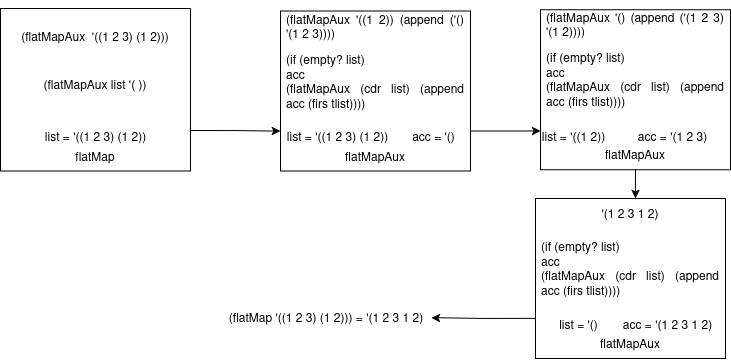
The draw.io diagram Leng/flatmap_cola.png in CherubRocky/HomeRithms, before a commit. Source tidied: cells renumbered, new cells last; positions are measured from the earlier drawing's top-left corner, leaving out a move shared by most shapes. The source it was exported from:
```xml
<mxGraphModel>
  <root>
    <mxCell id="0" />
    <mxCell id="1" parent="0" />
    <mxCell id="2" style="edgeStyle=orthogonalEdgeStyle;rounded=0;jettySize=auto;html=1;exitX=1;exitY=0.75;exitDx=0;exitDy=0;entryX=0;entryY=0.75;entryDx=0;entryDy=0;" parent="1" edge="1" source="3">
      <mxGeometry relative="1" as="geometry">
        <mxPoint x="280" y="131.5" as="targetPoint" />
      </mxGeometry>
    </mxCell>
    <mxCell id="3" style="rounded=0;whiteSpace=wrap;html=1;" parent="1" vertex="1">
      <mxGeometry y="9" width="190" height="162.5" as="geometry" />
    </mxCell>
    <mxCell id="4" value="flatMap" style="text;html=1;whiteSpace=wrap;strokeColor=none;fillColor=none;align=center;verticalAlign=middle;rounded=0;" parent="1" vertex="1">
      <mxGeometry x="65" y="141.5" width="60" height="30" as="geometry" />
    </mxCell>
    <mxCell id="5" value="list = '((1 2 3) (1 2))" style="text;html=1;whiteSpace=wrap;strokeColor=none;fillColor=none;align=center;verticalAlign=middle;rounded=0;" parent="1" vertex="1">
      <mxGeometry x="42.5" y="121.5" width="105" height="30" as="geometry" />
    </mxCell>
    <mxCell id="6" value="&lt;div align=&quot;justify&quot;&gt;(flatMapAux list '( ))&lt;/div&gt;" style="text;html=1;whiteSpace=wrap;strokeColor=none;fillColor=none;align=center;verticalAlign=middle;rounded=0;" parent="1" vertex="1">
      <mxGeometry x="5" y="49" width="180" height="72.5" as="geometry" />
    </mxCell>
    <mxCell id="7" value="(flatMapAux&amp;nbsp; '((1 2 3) (1 2)))" style="text;html=1;whiteSpace=wrap;strokeColor=none;fillColor=none;align=center;verticalAlign=middle;rounded=0;" parent="1" vertex="1">
      <mxGeometry x="5" y="11.5" width="180" height="50" as="geometry" />
    </mxCell>
    <mxCell id="8" style="edgeStyle=orthogonalEdgeStyle;rounded=0;orthogonalLoop=1;jettySize=auto;html=1;exitX=1;exitY=0.75;exitDx=0;exitDy=0;entryX=0;entryY=0.75;entryDx=0;entryDy=0;" parent="1" edge="1">
      <mxGeometry relative="1" as="geometry">
        <mxPoint x="470" y="131.5" as="sourcePoint" />
        <mxPoint x="540" y="131.5" as="targetPoint" />
      </mxGeometry>
    </mxCell>
    <mxCell id="9" style="edgeStyle=orthogonalEdgeStyle;rounded=0;jettySize=auto;html=1;exitX=0;exitY=0.75;exitDx=0;exitDy=0;" parent="1" edge="1" source="23" target="10">
      <mxGeometry relative="1" as="geometry" />
    </mxCell>
    <mxCell id="10" value="(flatMap '((1 2 3) (1 2))) = '(1 2 3 1 2)" style="text;html=1;whiteSpace=wrap;strokeColor=none;fillColor=none;align=center;verticalAlign=middle;rounded=0;" parent="1" vertex="1">
      <mxGeometry x="221" y="303.2" width="210" height="30" as="geometry" />
    </mxCell>
    <mxCell id="11" style="rounded=0;whiteSpace=wrap;html=1;" parent="1" vertex="1">
      <mxGeometry x="280" y="11.5" width="190" height="160" as="geometry" />
    </mxCell>
    <mxCell id="12" value="flatMapAux" style="text;html=1;whiteSpace=wrap;strokeColor=none;fillColor=none;align=center;verticalAlign=middle;rounded=0;" parent="1" vertex="1">
      <mxGeometry x="345" y="141.5" width="60" height="30" as="geometry" />
    </mxCell>
    <mxCell id="13" value="list = '((1 2 3) (1 2))" style="text;html=1;whiteSpace=wrap;strokeColor=none;fillColor=none;align=center;verticalAlign=middle;rounded=0;" parent="1" vertex="1">
      <mxGeometry x="285" y="121.5" width="105" height="30" as="geometry" />
    </mxCell>
    <mxCell id="14" value="&lt;div align=&quot;justify&quot;&gt;(if (empty? list)&lt;br&gt;acc&lt;br&gt;(flatMapAux (cdr list) (append acc (firs tlist))))&lt;/div&gt;" style="text;html=1;whiteSpace=wrap;strokeColor=none;fillColor=none;align=center;verticalAlign=middle;rounded=0;" parent="1" vertex="1">
      <mxGeometry x="285" y="45.2" width="180" height="72.5" as="geometry" />
    </mxCell>
    <mxCell id="15" value="&lt;div align=&quot;justify&quot;&gt;(flatMapAux '((1 2)) (append ('() '(1 2 3))))&lt;/div&gt;" style="text;html=1;whiteSpace=wrap;strokeColor=none;fillColor=none;align=center;verticalAlign=middle;rounded=0;" parent="1" vertex="1">
      <mxGeometry x="285" y="1.5" width="180" height="50" as="geometry" />
    </mxCell>
    <mxCell id="16" style="rounded=0;whiteSpace=wrap;html=1;" parent="1" vertex="1">
      <mxGeometry x="540" y="10.2" width="190" height="160" as="geometry" />
    </mxCell>
    <mxCell id="17" value="flatMapAux" style="text;html=1;whiteSpace=wrap;strokeColor=none;fillColor=none;align=center;verticalAlign=middle;rounded=0;" parent="1" vertex="1">
      <mxGeometry x="605" y="140.2" width="60" height="30" as="geometry" />
    </mxCell>
    <mxCell id="18" value="list = '((1 2))" style="text;html=1;whiteSpace=wrap;strokeColor=none;fillColor=none;align=center;verticalAlign=middle;rounded=0;" parent="1" vertex="1">
      <mxGeometry x="521" y="121.5" width="105" height="30" as="geometry" />
    </mxCell>
    <mxCell id="19" value="&lt;div align=&quot;justify&quot;&gt;(if (empty? list)&lt;br&gt;acc&lt;br&gt;(flatMapAux (cdr list) (append acc (firs tlist))))&lt;/div&gt;" style="text;html=1;whiteSpace=wrap;strokeColor=none;fillColor=none;align=center;verticalAlign=middle;rounded=0;" parent="1" vertex="1">
      <mxGeometry x="545" y="44" width="180" height="72.5" as="geometry" />
    </mxCell>
    <mxCell id="20" value="&lt;div align=&quot;justify&quot;&gt;(flatMapAux '() (append ('(1 2 3) '(1 2))))&lt;/div&gt;" style="text;html=1;whiteSpace=wrap;strokeColor=none;fillColor=none;align=center;verticalAlign=middle;rounded=0;" parent="1" vertex="1">
      <mxGeometry x="545" y="0.2" width="180" height="50" as="geometry" />
    </mxCell>
    <mxCell id="21" value="acc = '()" style="text;html=1;whiteSpace=wrap;strokeColor=none;fillColor=none;align=center;verticalAlign=middle;rounded=0;" parent="1" vertex="1">
      <mxGeometry x="381" y="121.5" width="105" height="30" as="geometry" />
    </mxCell>
    <mxCell id="22" value="acc = '(1 2 3)" style="text;html=1;whiteSpace=wrap;strokeColor=none;fillColor=none;align=center;verticalAlign=middle;rounded=0;" parent="1" vertex="1">
      <mxGeometry x="620" y="121.5" width="105" height="30" as="geometry" />
    </mxCell>
    <mxCell id="23" style="rounded=0;whiteSpace=wrap;html=1;" parent="1" vertex="1">
      <mxGeometry x="535" y="199" width="190" height="160" as="geometry" />
    </mxCell>
    <mxCell id="24" value="flatMapAux" style="text;html=1;whiteSpace=wrap;strokeColor=none;fillColor=none;align=center;verticalAlign=middle;rounded=0;" parent="1" vertex="1">
      <mxGeometry x="600" y="329" width="60" height="30" as="geometry" />
    </mxCell>
    <mxCell id="25" value="&lt;div align=&quot;justify&quot;&gt;(if (empty? list)&lt;br&gt;acc&lt;br&gt;(flatMapAux (cdr list) (append acc (firs tlist))))&lt;/div&gt;" style="text;html=1;whiteSpace=wrap;strokeColor=none;fillColor=none;align=center;verticalAlign=middle;rounded=0;" parent="1" vertex="1">
      <mxGeometry x="540" y="232.8" width="180" height="72.5" as="geometry" />
    </mxCell>
    <mxCell id="26" value="'(1 2 3 1 2)" style="text;html=1;whiteSpace=wrap;strokeColor=none;fillColor=none;align=center;verticalAlign=middle;rounded=0;" parent="1" vertex="1">
      <mxGeometry x="540" y="189" width="180" height="50" as="geometry" />
    </mxCell>
    <mxCell id="27" value="acc = '(1 2 3 1 2)" style="text;html=1;whiteSpace=wrap;strokeColor=none;fillColor=none;align=center;verticalAlign=middle;rounded=0;" parent="1" vertex="1">
      <mxGeometry x="615" y="310.2" width="105" height="30" as="geometry" />
    </mxCell>
    <mxCell id="28" value="list = '()" style="text;html=1;whiteSpace=wrap;strokeColor=none;fillColor=none;align=center;verticalAlign=middle;rounded=0;" parent="1" vertex="1">
      <mxGeometry x="526" y="310.2" width="105" height="30" as="geometry" />
    </mxCell>
    <mxCell id="29" style="edgeStyle=orthogonalEdgeStyle;rounded=0;jettySize=auto;html=1;exitX=0.5;exitY=1;exitDx=0;exitDy=0;entryX=0.527;entryY=0.2;entryDx=0;entryDy=0;entryPerimeter=0;" parent="1" edge="1" source="17" target="26">
      <mxGeometry relative="1" as="geometry" />
    </mxCell>
  </root>
</mxGraphModel>
```
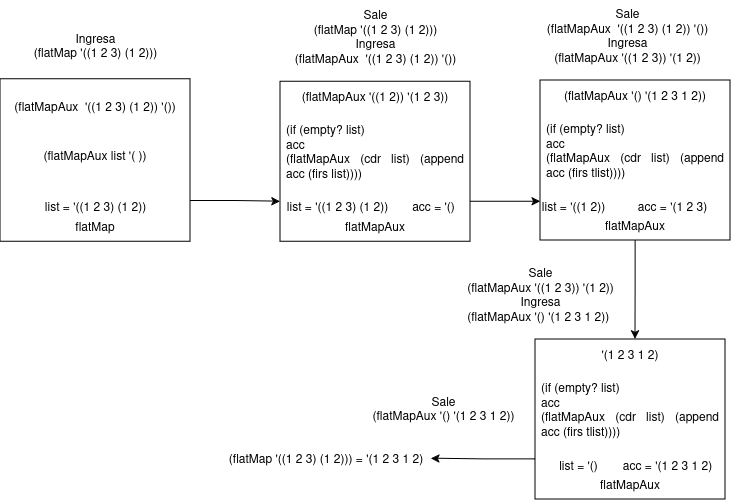
After the change.

What changed in the source:
```diff
@@ -2,94 +2,109 @@
   <root>
     <mxCell id="0" />
     <mxCell id="1" parent="0" />
-    <mxCell id="2" style="edgeStyle=orthogonalEdgeStyle;rounded=0;jettySize=auto;html=1;exitX=1;exitY=0.75;exitDx=0;exitDy=0;entryX=0;entryY=0.75;entryDx=0;entryDy=0;" parent="1" edge="1" source="3">
-      <mxGeometry relative="1" as="geometry">
-        <mxPoint x="280" y="131.5" as="targetPoint" />
-      </mxGeometry>
-    </mxCell>
-    <mxCell id="3" style="rounded=0;whiteSpace=wrap;html=1;" parent="1" vertex="1">
-      <mxGeometry y="9" width="190" height="162.5" as="geometry" />
-    </mxCell>
+    <mxCell id="30" style="edgeStyle=orthogonalEdgeStyle;rounded=0;jettySize=auto;html=1;exitX=1;exitY=0.75;exitDx=0;exitDy=0;entryX=0;entryY=0.75;entryDx=0;entryDy=0;" parent="1" edge="1" source="31">
+      <mxGeometry relative="1" as="geometry">
+        <mxPoint x="481" y="520.2" as="targetPoint" />
+      </mxGeometry>
+    </mxCell>
+    <mxCell id="31" style="rounded=0;whiteSpace=wrap;html=1;" parent="1" vertex="1">
+      <mxGeometry x="201" y="397.8" width="190" height="162.5" as="geometry" />
+    </mxCell>
     <mxCell id="4" value="flatMap" style="text;html=1;whiteSpace=wrap;strokeColor=none;fillColor=none;align=center;verticalAlign=middle;rounded=0;" parent="1" vertex="1">
-      <mxGeometry x="65" y="141.5" width="60" height="30" as="geometry" />
+      <mxGeometry x="266" y="530.2" width="60" height="30" as="geometry" />
     </mxCell>
-    <mxCell id="5" value="list = '((1 2 3) (1 2))" style="text;html=1;whiteSpace=wrap;strokeColor=none;fillColor=none;align=center;verticalAlign=middle;rounded=0;" parent="1" vertex="1">
-      <mxGeometry x="42.5" y="121.5" width="105" height="30" as="geometry" />
-    </mxCell>
+    <mxCell id="32" value="list = '((1 2 3) (1 2))" style="text;html=1;whiteSpace=wrap;strokeColor=none;fillColor=none;align=center;verticalAlign=middle;rounded=0;" parent="1" vertex="1">
+      <mxGeometry x="243.5" y="510.2" width="105" height="30" as="geometry" />
+    </mxCell>
     <mxCell id="6" value="&lt;div align=&quot;justify&quot;&gt;(flatMapAux list '( ))&lt;/div&gt;" style="text;html=1;whiteSpace=wrap;strokeColor=none;fillColor=none;align=center;verticalAlign=middle;rounded=0;" parent="1" vertex="1">
-      <mxGeometry x="5" y="49" width="180" height="72.5" as="geometry" />
+      <mxGeometry x="206" y="437.8" width="180" height="72.5" as="geometry" />
     </mxCell>
-    <mxCell id="7" value="(flatMapAux&amp;nbsp; '((1 2 3) (1 2)))" style="text;html=1;whiteSpace=wrap;strokeColor=none;fillColor=none;align=center;verticalAlign=middle;rounded=0;" parent="1" vertex="1">
-      <mxGeometry x="5" y="11.5" width="180" height="50" as="geometry" />
-    </mxCell>
-    <mxCell id="8" style="edgeStyle=orthogonalEdgeStyle;rounded=0;orthogonalLoop=1;jettySize=auto;html=1;exitX=1;exitY=0.75;exitDx=0;exitDy=0;entryX=0;entryY=0.75;entryDx=0;entryDy=0;" parent="1" edge="1">
-      <mxGeometry relative="1" as="geometry">
-        <mxPoint x="470" y="131.5" as="sourcePoint" />
-        <mxPoint x="540" y="131.5" as="targetPoint" />
-      </mxGeometry>
-    </mxCell>
-    <mxCell id="9" style="edgeStyle=orthogonalEdgeStyle;rounded=0;jettySize=auto;html=1;exitX=0;exitY=0.75;exitDx=0;exitDy=0;" parent="1" edge="1" source="23" target="10">
-      <mxGeometry relative="1" as="geometry" />
-    </mxCell>
+    <mxCell id="33" value="(flatMapAux&amp;nbsp; '((1 2 3) (1 2)) '())" style="text;html=1;whiteSpace=wrap;strokeColor=none;fillColor=none;align=center;verticalAlign=middle;rounded=0;" parent="1" vertex="1">
+      <mxGeometry x="206" y="400.2" width="180" height="50" as="geometry" />
+    </mxCell>
+    <mxCell id="34" style="edgeStyle=orthogonalEdgeStyle;rounded=0;orthogonalLoop=1;jettySize=auto;html=1;exitX=1;exitY=0.75;exitDx=0;exitDy=0;entryX=0;entryY=0.75;entryDx=0;entryDy=0;" parent="1" edge="1">
+      <mxGeometry relative="1" as="geometry">
+        <mxPoint x="671" y="520.2" as="sourcePoint" />
+        <mxPoint x="741" y="520.2" as="targetPoint" />
+      </mxGeometry>
+    </mxCell>
+    <mxCell id="35" style="edgeStyle=orthogonalEdgeStyle;rounded=0;jettySize=auto;html=1;exitX=0;exitY=0.75;exitDx=0;exitDy=0;" parent="1" edge="1" source="45" target="10">
+      <mxGeometry relative="1" as="geometry" />
+    </mxCell>
     <mxCell id="10" value="(flatMap '((1 2 3) (1 2))) = '(1 2 3 1 2)" style="text;html=1;whiteSpace=wrap;strokeColor=none;fillColor=none;align=center;verticalAlign=middle;rounded=0;" parent="1" vertex="1">
-      <mxGeometry x="221" y="303.2" width="210" height="30" as="geometry" />
+      <mxGeometry x="422" y="762.2" width="210" height="30" as="geometry" />
     </mxCell>
-    <mxCell id="11" style="rounded=0;whiteSpace=wrap;html=1;" parent="1" vertex="1">
-      <mxGeometry x="280" y="11.5" width="190" height="160" as="geometry" />
-    </mxCell>
-    <mxCell id="12" value="flatMapAux" style="text;html=1;whiteSpace=wrap;strokeColor=none;fillColor=none;align=center;verticalAlign=middle;rounded=0;" parent="1" vertex="1">
-      <mxGeometry x="345" y="141.5" width="60" height="30" as="geometry" />
-    </mxCell>
-    <mxCell id="13" value="list = '((1 2 3) (1 2))" style="text;html=1;whiteSpace=wrap;strokeColor=none;fillColor=none;align=center;verticalAlign=middle;rounded=0;" parent="1" vertex="1">
-      <mxGeometry x="285" y="121.5" width="105" height="30" as="geometry" />
-    </mxCell>
-    <mxCell id="14" value="&lt;div align=&quot;justify&quot;&gt;(if (empty? list)&lt;br&gt;acc&lt;br&gt;(flatMapAux (cdr list) (append acc (firs tlist))))&lt;/div&gt;" style="text;html=1;whiteSpace=wrap;strokeColor=none;fillColor=none;align=center;verticalAlign=middle;rounded=0;" parent="1" vertex="1">
-      <mxGeometry x="285" y="45.2" width="180" height="72.5" as="geometry" />
-    </mxCell>
-    <mxCell id="15" value="&lt;div align=&quot;justify&quot;&gt;(flatMapAux '((1 2)) (append ('() '(1 2 3))))&lt;/div&gt;" style="text;html=1;whiteSpace=wrap;strokeColor=none;fillColor=none;align=center;verticalAlign=middle;rounded=0;" parent="1" vertex="1">
-      <mxGeometry x="285" y="1.5" width="180" height="50" as="geometry" />
-    </mxCell>
-    <mxCell id="16" style="rounded=0;whiteSpace=wrap;html=1;" parent="1" vertex="1">
-      <mxGeometry x="540" y="10.2" width="190" height="160" as="geometry" />
-    </mxCell>
-    <mxCell id="17" value="flatMapAux" style="text;html=1;whiteSpace=wrap;strokeColor=none;fillColor=none;align=center;verticalAlign=middle;rounded=0;" parent="1" vertex="1">
-      <mxGeometry x="605" y="140.2" width="60" height="30" as="geometry" />
-    </mxCell>
+    <mxCell id="36" style="rounded=0;whiteSpace=wrap;html=1;" parent="1" vertex="1">
+      <mxGeometry x="481" y="400.2" width="190" height="160" as="geometry" />
+    </mxCell>
+    <mxCell id="37" value="flatMapAux" style="text;html=1;whiteSpace=wrap;strokeColor=none;fillColor=none;align=center;verticalAlign=middle;rounded=0;" parent="1" vertex="1">
+      <mxGeometry x="546" y="530.2" width="60" height="30" as="geometry" />
+    </mxCell>
+    <mxCell id="38" value="list = '((1 2 3) (1 2))" style="text;html=1;whiteSpace=wrap;strokeColor=none;fillColor=none;align=center;verticalAlign=middle;rounded=0;" parent="1" vertex="1">
+      <mxGeometry x="486" y="510.2" width="105" height="30" as="geometry" />
+    </mxCell>
+    <mxCell id="39" value="&lt;div align=&quot;justify&quot;&gt;(if (empty? list)&lt;br&gt;acc&lt;br&gt;(flatMapAux (cdr list) (append acc (firs list))))&lt;/div&gt;" style="text;html=1;whiteSpace=wrap;strokeColor=none;fillColor=none;align=center;verticalAlign=middle;rounded=0;" parent="1" vertex="1">
+      <mxGeometry x="486" y="434" width="180" height="72.5" as="geometry" />
+    </mxCell>
+    <mxCell id="40" value="&lt;div align=&quot;justify&quot;&gt;(flatMapAux '((1 2)) '(1 2 3))&lt;/div&gt;" style="text;html=1;whiteSpace=wrap;strokeColor=none;fillColor=none;align=center;verticalAlign=middle;rounded=0;" parent="1" vertex="1">
+      <mxGeometry x="486" y="390.2" width="180" height="50" as="geometry" />
+    </mxCell>
+    <mxCell id="41" style="rounded=0;whiteSpace=wrap;html=1;" parent="1" vertex="1">
+      <mxGeometry x="741" y="399" width="190" height="160" as="geometry" />
+    </mxCell>
+    <mxCell id="42" value="flatMapAux" style="text;html=1;whiteSpace=wrap;strokeColor=none;fillColor=none;align=center;verticalAlign=middle;rounded=0;" parent="1" vertex="1">
+      <mxGeometry x="806" y="529" width="60" height="30" as="geometry" />
+    </mxCell>
     <mxCell id="18" value="list = '((1 2))" style="text;html=1;whiteSpace=wrap;strokeColor=none;fillColor=none;align=center;verticalAlign=middle;rounded=0;" parent="1" vertex="1">
-      <mxGeometry x="521" y="121.5" width="105" height="30" as="geometry" />
+      <mxGeometry x="722" y="510.2" width="105" height="30" as="geometry" />
     </mxCell>
-    <mxCell id="19" value="&lt;div align=&quot;justify&quot;&gt;(if (empty? list)&lt;br&gt;acc&lt;br&gt;(flatMapAux (cdr list) (append acc (firs tlist))))&lt;/div&gt;" style="text;html=1;whiteSpace=wrap;strokeColor=none;fillColor=none;align=center;verticalAlign=middle;rounded=0;" parent="1" vertex="1">
-      <mxGeometry x="545" y="44" width="180" height="72.5" as="geometry" />
-    </mxCell>
-    <mxCell id="20" value="&lt;div align=&quot;justify&quot;&gt;(flatMapAux '() (append ('(1 2 3) '(1 2))))&lt;/div&gt;" style="text;html=1;whiteSpace=wrap;strokeColor=none;fillColor=none;align=center;verticalAlign=middle;rounded=0;" parent="1" vertex="1">
-      <mxGeometry x="545" y="0.2" width="180" height="50" as="geometry" />
-    </mxCell>
+    <mxCell id="43" value="&lt;div align=&quot;justify&quot;&gt;(if (empty? list)&lt;br&gt;acc&lt;br&gt;(flatMapAux (cdr list) (append acc (firs tlist))))&lt;/div&gt;" style="text;html=1;whiteSpace=wrap;strokeColor=none;fillColor=none;align=center;verticalAlign=middle;rounded=0;" parent="1" vertex="1">
+      <mxGeometry x="746" y="432.8" width="180" height="72.5" as="geometry" />
+    </mxCell>
+    <mxCell id="44" value="&lt;div align=&quot;justify&quot;&gt;(flatMapAux '() '(1 2 3 1 2))&lt;/div&gt;" style="text;html=1;whiteSpace=wrap;strokeColor=none;fillColor=none;align=center;verticalAlign=middle;rounded=0;" parent="1" vertex="1">
+      <mxGeometry x="746" y="389" width="180" height="50" as="geometry" />
+    </mxCell>
     <mxCell id="21" value="acc = '()" style="text;html=1;whiteSpace=wrap;strokeColor=none;fillColor=none;align=center;verticalAlign=middle;rounded=0;" parent="1" vertex="1">
-      <mxGeometry x="381" y="121.5" width="105" height="30" as="geometry" />
+      <mxGeometry x="582" y="510.2" width="105" height="30" as="geometry" />
     </mxCell>
     <mxCell id="22" value="acc = '(1 2 3)" style="text;html=1;whiteSpace=wrap;strokeColor=none;fillColor=none;align=center;verticalAlign=middle;rounded=0;" parent="1" vertex="1">
-      <mxGeometry x="620" y="121.5" width="105" height="30" as="geometry" />
+      <mxGeometry x="821" y="510.2" width="105" height="30" as="geometry" />
     </mxCell>
-    <mxCell id="23" style="rounded=0;whiteSpace=wrap;html=1;" parent="1" vertex="1">
-      <mxGeometry x="535" y="199" width="190" height="160" as="geometry" />
-    </mxCell>
-    <mxCell id="24" value="flatMapAux" style="text;html=1;whiteSpace=wrap;strokeColor=none;fillColor=none;align=center;verticalAlign=middle;rounded=0;" parent="1" vertex="1">
-      <mxGeometry x="600" y="329" width="60" height="30" as="geometry" />
-    </mxCell>
-    <mxCell id="25" value="&lt;div align=&quot;justify&quot;&gt;(if (empty? list)&lt;br&gt;acc&lt;br&gt;(flatMapAux (cdr list) (append acc (firs tlist))))&lt;/div&gt;" style="text;html=1;whiteSpace=wrap;strokeColor=none;fillColor=none;align=center;verticalAlign=middle;rounded=0;" parent="1" vertex="1">
-      <mxGeometry x="540" y="232.8" width="180" height="72.5" as="geometry" />
-    </mxCell>
+    <mxCell id="45" style="rounded=0;whiteSpace=wrap;html=1;" parent="1" vertex="1">
+      <mxGeometry x="736" y="658" width="190" height="160" as="geometry" />
+    </mxCell>
+    <mxCell id="46" value="flatMapAux" style="text;html=1;whiteSpace=wrap;strokeColor=none;fillColor=none;align=center;verticalAlign=middle;rounded=0;" parent="1" vertex="1">
+      <mxGeometry x="801" y="788" width="60" height="30" as="geometry" />
+    </mxCell>
+    <mxCell id="47" value="&lt;div align=&quot;justify&quot;&gt;(if (empty? list)&lt;br&gt;acc&lt;br&gt;(flatMapAux (cdr list) (append acc (firs tlist))))&lt;/div&gt;" style="text;html=1;whiteSpace=wrap;strokeColor=none;fillColor=none;align=center;verticalAlign=middle;rounded=0;" parent="1" vertex="1">
+      <mxGeometry x="741" y="691.8" width="180" height="72.5" as="geometry" />
+    </mxCell>
     <mxCell id="26" value="'(1 2 3 1 2)" style="text;html=1;whiteSpace=wrap;strokeColor=none;fillColor=none;align=center;verticalAlign=middle;rounded=0;" parent="1" vertex="1">
-      <mxGeometry x="540" y="189" width="180" height="50" as="geometry" />
+      <mxGeometry x="741" y="648" width="180" height="50" as="geometry" />
     </mxCell>
     <mxCell id="27" value="acc = '(1 2 3 1 2)" style="text;html=1;whiteSpace=wrap;strokeColor=none;fillColor=none;align=center;verticalAlign=middle;rounded=0;" parent="1" vertex="1">
-      <mxGeometry x="615" y="310.2" width="105" height="30" as="geometry" />
+      <mxGeometry x="816" y="769.2" width="105" height="30" as="geometry" />
     </mxCell>
     <mxCell id="28" value="list = '()" style="text;html=1;whiteSpace=wrap;strokeColor=none;fillColor=none;align=center;verticalAlign=middle;rounded=0;" parent="1" vertex="1">
-      <mxGeometry x="526" y="310.2" width="105" height="30" as="geometry" />
+      <mxGeometry x="727" y="769.2" width="105" height="30" as="geometry" />
     </mxCell>
-    <mxCell id="29" style="edgeStyle=orthogonalEdgeStyle;rounded=0;jettySize=auto;html=1;exitX=0.5;exitY=1;exitDx=0;exitDy=0;entryX=0.527;entryY=0.2;entryDx=0;entryDy=0;entryPerimeter=0;" parent="1" edge="1" source="17" target="26">
-      <mxGeometry relative="1" as="geometry" />
-    </mxCell>
+    <mxCell id="48" style="edgeStyle=orthogonalEdgeStyle;rounded=0;jettySize=auto;html=1;exitX=0.5;exitY=1;exitDx=0;exitDy=0;entryX=0.527;entryY=0.2;entryDx=0;entryDy=0;entryPerimeter=0;" parent="1" edge="1" source="42" target="26">
+      <mxGeometry relative="1" as="geometry" />
+    </mxCell>
+    <mxCell id="49" value="&lt;div&gt;Ingresa&lt;/div&gt;(flatMap '((1 2 3) (1 2)))" style="text;html=1;whiteSpace=wrap;strokeColor=none;fillColor=none;align=center;verticalAlign=middle;rounded=0;" parent="1" vertex="1">
+      <mxGeometry x="213.5" y="349" width="165" height="30" as="geometry" />
+    </mxCell>
+    <mxCell id="50" value="&lt;div&gt;Sale&lt;/div&gt;&lt;div&gt;(flatMap '((1 2 3) (1 2)))&lt;/div&gt;&lt;div&gt;Ingresa&lt;/div&gt;&lt;div&gt;(flatMapAux&amp;nbsp; '((1 2 3) (1 2)) '())&lt;/div&gt;" style="text;html=1;whiteSpace=wrap;strokeColor=none;fillColor=none;align=center;verticalAlign=middle;rounded=0;" parent="1" vertex="1">
+      <mxGeometry x="493.5" y="320.2" width="165" height="70" as="geometry" />
+    </mxCell>
+    <mxCell id="51" value="&lt;div&gt;Sale&lt;/div&gt;&lt;div&gt;&lt;div&gt;(flatMapAux&amp;nbsp; '((1 2 3) (1 2)) '())&lt;/div&gt;&lt;/div&gt;&lt;div&gt;Ingresa&lt;/div&gt;&lt;div&gt;(flatMapAux '((1 2 3)) '(1 2))&lt;/div&gt;" style="text;html=1;whiteSpace=wrap;strokeColor=none;fillColor=none;align=center;verticalAlign=middle;rounded=0;" parent="1" vertex="1">
+      <mxGeometry x="746" y="319" width="165" height="70" as="geometry" />
+    </mxCell>
+    <mxCell id="52" value="&lt;div&gt;Sale&lt;/div&gt;&lt;div&gt;&lt;div&gt;&lt;div&gt;(flatMapAux '((1 2 3)) '(1 2))&lt;/div&gt;&lt;/div&gt;&lt;/div&gt;&lt;div&gt;Ingresa&lt;/div&gt;&lt;div&gt;&lt;div align=&quot;justify&quot;&gt;(flatMapAux '() '(1 2 3 1 2))&lt;/div&gt;&lt;/div&gt;" style="text;html=1;whiteSpace=wrap;strokeColor=none;fillColor=none;align=center;verticalAlign=middle;rounded=0;" parent="1" vertex="1">
+      <mxGeometry x="658.5" y="578" width="165" height="70" as="geometry" />
+    </mxCell>
+    <mxCell id="53" value="&lt;div&gt;Sale&lt;/div&gt;&lt;div&gt;&lt;div&gt;&lt;div&gt;&lt;div&gt;&lt;div align=&quot;justify&quot;&gt;(flatMapAux '() '(1 2 3 1 2))&lt;/div&gt;&lt;/div&gt;&lt;/div&gt;&lt;/div&gt;&lt;/div&gt;" style="text;html=1;whiteSpace=wrap;strokeColor=none;fillColor=none;align=center;verticalAlign=middle;rounded=0;" parent="1" vertex="1">
+      <mxGeometry x="562" y="691.8" width="165" height="70" as="geometry" />
+    </mxCell>
   </root>
 </mxGraphModel>
```
